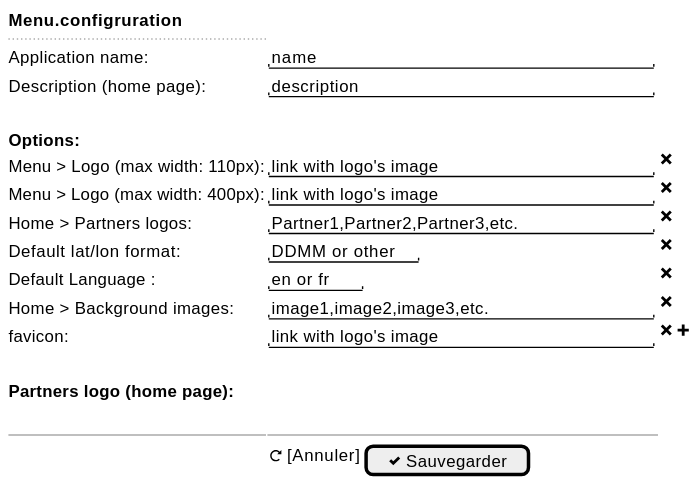
Before: use-case/administration/configuration-ui.svg, a diagram exported from PlantUML (sumaris-net/sumaris-doc). Its source is kept beside it as use-case/administration/configuration-ui.puml. Its diagram source:
```plantuml
@startsalt
{
  <b>Menu.configruration
  ..
  Application name: | "name                              "
  Description (home page): | "description                       "
  .
  <b>Options:
  Menu > Logo (max width: 110px):    | "link with logo's image            " | <&x>
  Menu > Logo (max width: 400px):    | "link with logo's image            " | <&x>
  Home > Partners logos:     | "Partner1,Partner2,Partner3,etc.   " | <&x>
  Default lat/lon format:    | "DDMM or other" | <&x>
  Default Language :         | "en or fr" | <&x>
  Home > Background images:  | "image1,image2,image3,etc.         " | <&x>
  favicon:                   | "link with logo's image            " | <&x> | <&plus>
  .
   <b>Partners logo (home page):
  .
  -- | --

  .                          | {<&reload> [Annuler] | [<&check> Sauvegarder]}
}
@endsalt
```
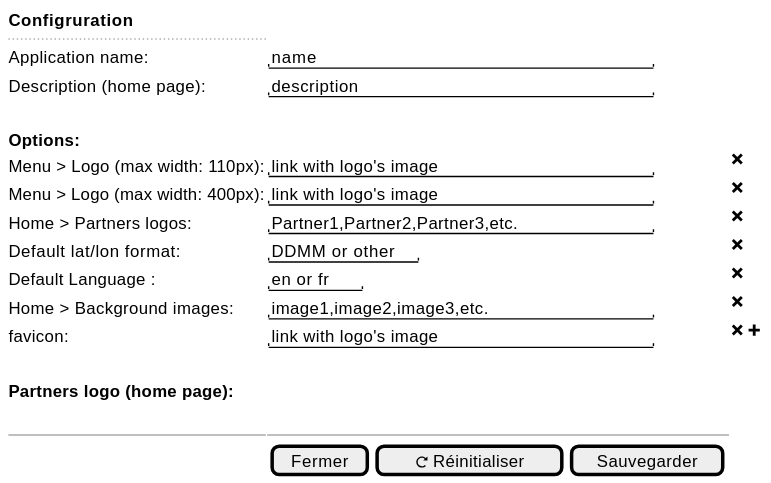
Above is the later version.

Diff of the diagram source:
```diff
@@ -1,6 +1,6 @@
 @startsalt
 {
-  <b>Menu.configruration
+  <b>Configruration
   ..
   Application name: | "name                              "
   Description (home page): | "description                       "
@@ -18,6 +18,6 @@
   .
   -- | --
 
-  .                          | {<&reload> [Annuler] | [<&check> Sauvegarder]}
+  .                          | {[ Fermer ] | [<&reload> Réinitialiser] | [ Sauvegarder ]}
 }
 @endsalt
```
